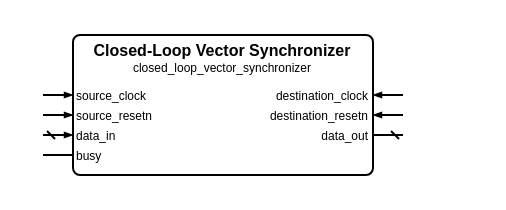
This is sources/timing/closed_loop_vector_synchronizer/closed_loop_vector_synchronizer.symbol.drawio from Louis-DR/OmniCores-BuildingBlocks, a draw.io file, before an edit. Source tidied: cells renumbered, new cells numbered last; positions are measured from the earlier drawing's top-left corner, leaving out a move shared by most shapes. Both pictures are drawn from the tidied source at 200%, with x=0, y=0 at pixel (42, 34).
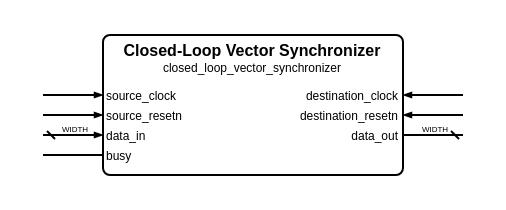
The same page after the edit.

Change to the diagram source:
```diff
@@
     <mxCell id="2" style="group;" parent="1" vertex="1">
-      <mxGeometry width="180" height="70" as="geometry" />
+      <mxGeometry width="210" height="70" as="geometry" />
     </mxCell>
     <mxCell id="3" style="rounded=1;arcSize=5;fillColor=none;strokeWidth=1;strokeColor=black;whiteSpace=wrap;html=1;" parent="2" vertex="1">
-      <mxGeometry x="15" width="150" height="70" as="geometry" />
+      <mxGeometry x="30" width="150" height="70" as="geometry" />
     </mxCell>
     <mxCell id="4" value="Closed-Loop Vector Synchronizer" style="text;html=1;align=center;verticalAlign=middle;whiteSpace=wrap;rounded=0;fontSize=8;fontStyle=1;fontColor=black;" parent="2" vertex="1">
-      <mxGeometry x="15" y="7" width="150" as="geometry" />
+      <mxGeometry x="30" y="7" width="150" as="geometry" />
     </mxCell>
     <mxCell id="5" value="closed_loop_vector_synchronizer" style="text;html=1;align=center;verticalAlign=middle;whiteSpace=wrap;rounded=0;fontSize=6;fontStyle=0;fontColor=black;" parent="2" vertex="1">
-      <mxGeometry x="15" y="16" width="150" as="geometry" />
+      <mxGeometry x="30" y="16" width="150" as="geometry" />
     </mxCell>
     <mxCell id="6" value="source_clock" style="text;html=1;align=left;verticalAlign=middle;whiteSpace=wrap;rounded=0;fontSize=6;fontStyle=0;fontColor=black;" parent="2" vertex="1">
-      <mxGeometry x="15" y="30" width="150" as="geometry" />
+      <mxGeometry x="30" y="30" width="150" as="geometry" />
     </mxCell>
     <mxCell id="7" style="html=1;rounded=1;strokeWidth=1;strokeColor=black;startFill=0;startSize=2;startArrow=none;endFill=1;endSize=2;endArrow=blockThin;sourcePerimeterSpacing=0;" parent="2" edge="1">
       <mxGeometry relative="1" as="geometry">
         <mxPoint y="30" as="sourcePoint" />
-        <mxPoint x="15" y="30" as="targetPoint" />
+        <mxPoint x="30" y="30" as="targetPoint" />
       </mxGeometry>
     </mxCell>
     <mxCell id="8" value="destination_clock" style="text;html=1;align=right;verticalAlign=middle;whiteSpace=wrap;rounded=0;fontSize=6;fontStyle=0;fontColor=black;" parent="2" vertex="1">
-      <mxGeometry x="15" y="30" width="150" as="geometry" />
+      <mxGeometry x="30" y="30" width="150" as="geometry" />
     </mxCell>
     <mxCell id="9" style="html=1;rounded=1;strokeWidth=1;strokeColor=black;startFill=0;startSize=2;startArrow=none;endFill=1;endSize=2;endArrow=blockThin;sourcePerimeterSpacing=0;" parent="2" edge="1">
       <mxGeometry relative="1" as="geometry">
-        <mxPoint x="180" y="30" as="sourcePoint" />
-        <mxPoint x="165" y="30" as="targetPoint" />
+        <mxPoint x="210" y="30" as="sourcePoint" />
+        <mxPoint x="180" y="30" as="targetPoint" />
       </mxGeometry>
     </mxCell>
     <mxCell id="10" value="source_resetn" style="text;html=1;align=left;verticalAlign=middle;whiteSpace=wrap;rounded=0;fontSize=6;fontStyle=0;fontColor=black;" parent="2" vertex="1">
-      <mxGeometry x="15" y="40" width="150" as="geometry" />
+      <mxGeometry x="30" y="40" width="150" as="geometry" />
     </mxCell>
     <mxCell id="11" style="html=1;rounded=1;strokeWidth=1;strokeColor=black;startFill=0;startSize=2;startArrow=none;endFill=1;endSize=2;endArrow=blockThin;sourcePerimeterSpacing=0;" parent="2" edge="1">
       <mxGeometry relative="1" as="geometry">
         <mxPoint y="40" as="sourcePoint" />
-        <mxPoint x="15" y="40" as="targetPoint" />
+        <mxPoint x="30" y="40" as="targetPoint" />
       </mxGeometry>
     </mxCell>
     <mxCell id="12" value="destination_resetn" style="text;html=1;align=right;verticalAlign=middle;whiteSpace=wrap;rounded=0;fontSize=6;fontStyle=0;fontColor=black;" parent="2" vertex="1">
-      <mxGeometry x="15" y="40" width="150" as="geometry" />
+      <mxGeometry x="30" y="40" width="150" as="geometry" />
     </mxCell>
     <mxCell id="13" style="html=1;rounded=1;strokeWidth=1;strokeColor=black;startFill=0;startSize=2;startArrow=none;endFill=1;endSize=2;endArrow=blockThin;sourcePerimeterSpacing=0;" parent="2" edge="1">
       <mxGeometry relative="1" as="geometry">
-        <mxPoint x="180" y="40" as="sourcePoint" />
-        <mxPoint x="165" y="40" as="targetPoint" />
+        <mxPoint x="210" y="40" as="sourcePoint" />
+        <mxPoint x="180" y="40" as="targetPoint" />
       </mxGeometry>
     </mxCell>
     <mxCell id="14" value="data_in" style="text;html=1;align=left;verticalAlign=middle;whiteSpace=wrap;rounded=0;fontSize=6;fontStyle=0;fontColor=black;" parent="2" vertex="1">
-      <mxGeometry x="15" y="50" width="150" as="geometry" />
+      <mxGeometry x="30" y="50" width="150" as="geometry" />
     </mxCell>
     <mxCell id="15" style="html=1;rounded=1;strokeWidth=1;strokeColor=black;startFill=0;startSize=2;startArrow=dash;endFill=1;endSize=2;endArrow=blockThin;sourcePerimeterSpacing=0;" parent="2" edge="1">
       <mxGeometry relative="1" as="geometry">
         <mxPoint y="50" as="sourcePoint" />
-        <mxPoint x="15" y="50" as="targetPoint" />
+        <mxPoint x="30" y="50" as="targetPoint" />
       </mxGeometry>
     </mxCell>
+    <mxCell id="20" value="WIDTH" style="text;html=1;align=center;verticalAlign=middle;whiteSpace=nowrap;rounded=0;fontSize=4;fontStyle=0;fontColor=black;" parent="2" vertex="1">
+      <mxGeometry x="15" y="47" as="geometry" />
+    </mxCell>
     <mxCell id="16" value="data_out" style="text;html=1;align=right;verticalAlign=middle;whiteSpace=wrap;rounded=0;fontSize=6;fontStyle=0;fontColor=black;" parent="2" vertex="1">
-      <mxGeometry x="15" y="50" width="150" as="geometry" />
+      <mxGeometry x="30" y="50" width="150" as="geometry" />
     </mxCell>
     <mxCell id="17" style="html=1;rounded=1;strokeWidth=1;strokeColor=black;startFill=0;startSize=2;startArrow=dash;endFill=1;endSize=2;endArrow=none;sourcePerimeterSpacing=0;" parent="2" edge="1">
       <mxGeometry relative="1" as="geometry">
-        <mxPoint x="180" y="50" as="sourcePoint" />
-        <mxPoint x="165" y="50" as="targetPoint" />
+        <mxPoint x="210" y="50" as="sourcePoint" />
+        <mxPoint x="180" y="50" as="targetPoint" />
       </mxGeometry>
     </mxCell>
+    <mxCell id="21" value="WIDTH" style="text;html=1;align=center;verticalAlign=middle;whiteSpace=nowrap;rounded=0;fontSize=4;fontStyle=0;fontColor=black;" parent="2" vertex="1">
+      <mxGeometry x="195" y="47" as="geometry" />
+    </mxCell>
     <mxCell id="18" value="busy" style="text;html=1;align=left;verticalAlign=middle;whiteSpace=wrap;rounded=0;fontSize=6;fontStyle=0;fontColor=black;" parent="2" vertex="1">
-      <mxGeometry x="15" y="60" width="150" as="geometry" />
+      <mxGeometry x="30" y="60" width="150" as="geometry" />
     </mxCell>
     <mxCell id="19" style="html=1;rounded=1;strokeWidth=1;strokeColor=black;startFill=0;startSize=2;startArrow=none;endFill=1;endSize=2;endArrow=none;sourcePerimeterSpacing=0;" parent="2" edge="1">
       <mxGeometry relative="1" as="geometry">
         <mxPoint y="60" as="sourcePoint" />
-        <mxPoint x="15" y="60" as="targetPoint" />
+        <mxPoint x="30" y="60" as="targetPoint" />
       </mxGeometry>
     </mxCell>
```
